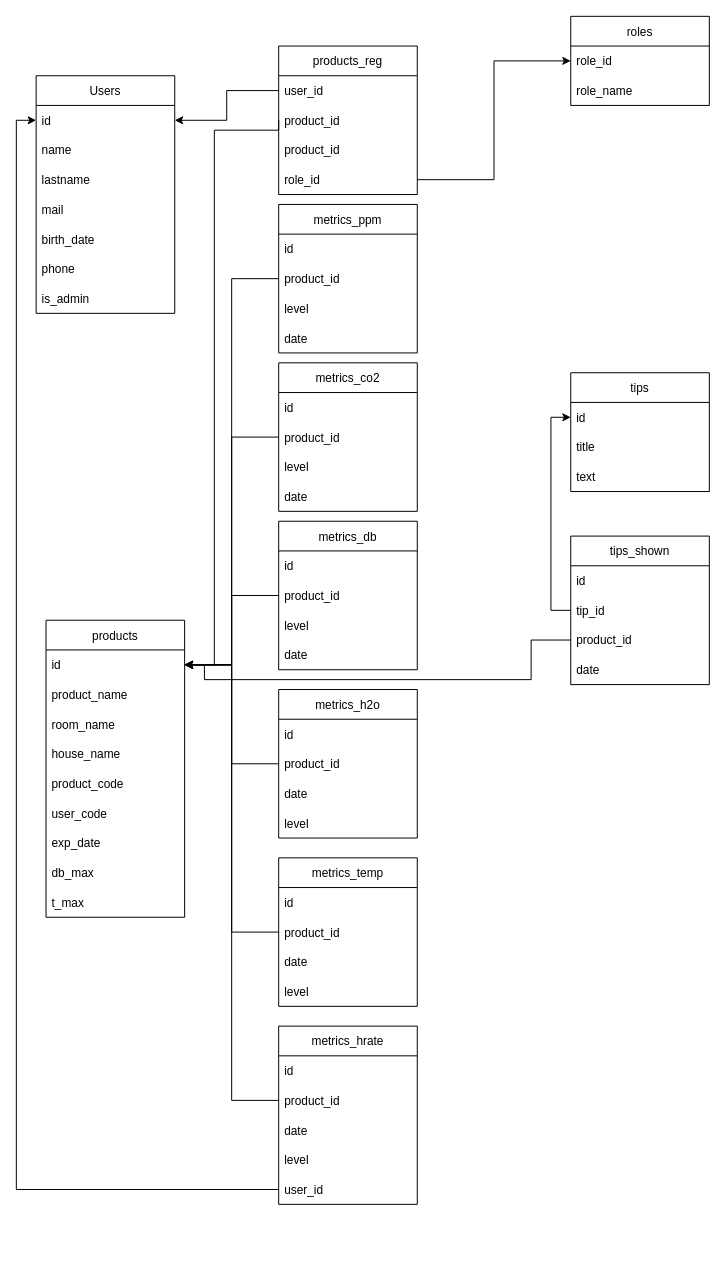
Earlier version of the draw.io diagram diagrams/bdd.drawio (HipppB/safeHub). Source tidied: cells renumbered, new cells numbered last; positions are measured from the earlier drawing's top-left corner, leaving out a move shared by most shapes. Both pictures are drawn from the tidied source at 99%, with x=0, y=0 at pixel (36, 16).
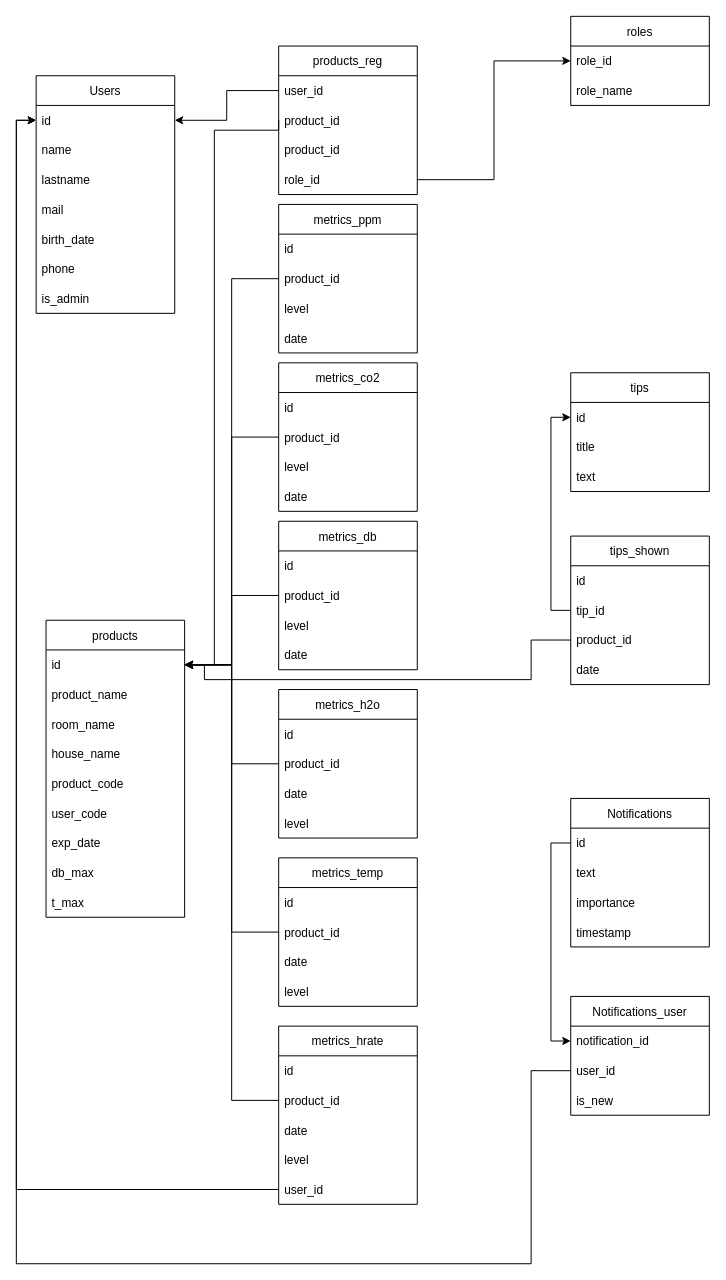
Above is the later version.

Commit message:
Mettre à jour bdd.drawio

Unchanged cells that the change refers to:
```xml
<mxCell id="3" value="id" style="text;strokeColor=none;fillColor=none;align=left;verticalAlign=middle;spacingLeft=4;spacingRight=4;overflow=hidden;points=[[0,0.5],[1,0.5]];portConstraint=eastwest;" parent="2" vertex="1">
  <mxGeometry y="30" width="140" height="30" as="geometry" />
</mxCell>
```

The edit, as a diff of the source:
```diff
@@
+    <mxCell id="80" value="Notifications" style="swimlane;fontStyle=0;horizontal=1;startSize=30;" parent="1" vertex="1">
+      <mxGeometry x="540" y="790" width="140" height="150" as="geometry" />
+    </mxCell>
+    <mxCell id="81" value="id" style="text;strokeColor=none;fillColor=none;align=left;verticalAlign=middle;spacingLeft=4;spacingRight=4;overflow=hidden;points=[[0,0.5],[1,0.5]];portConstraint=eastwest;" parent="80" vertex="1">
+      <mxGeometry y="30" width="140" height="30" as="geometry" />
+    </mxCell>
+    <mxCell id="82" value="text" style="text;strokeColor=none;fillColor=none;align=left;verticalAlign=middle;spacingLeft=4;spacingRight=4;overflow=hidden;" parent="80" vertex="1">
+      <mxGeometry y="60" width="140" height="30" as="geometry" />
+    </mxCell>
+    <mxCell id="83" value="importance" style="text;strokeColor=none;fillColor=none;align=left;verticalAlign=middle;spacingLeft=4;spacingRight=4;overflow=hidden;" parent="80" vertex="1">
+      <mxGeometry y="90" width="140" height="30" as="geometry" />
+    </mxCell>
+    <mxCell id="84" value="timestamp" style="text;strokeColor=none;fillColor=none;align=left;verticalAlign=middle;spacingLeft=4;spacingRight=4;overflow=hidden;" parent="80" vertex="1">
+      <mxGeometry y="120" width="140" height="30" as="geometry" />
+    </mxCell>
+    <mxCell id="85" value="Notifications_user" style="swimlane;fontStyle=0;horizontal=1;startSize=30;" parent="1" vertex="1">
+      <mxGeometry x="540" y="990" width="140" height="120" as="geometry" />
+    </mxCell>
+    <mxCell id="86" value="notification_id" style="text;strokeColor=none;fillColor=none;align=left;verticalAlign=middle;spacingLeft=4;spacingRight=4;overflow=hidden;points=[[0,0.5],[1,0.5]];portConstraint=eastwest;" parent="85" vertex="1">
+      <mxGeometry y="30" width="140" height="30" as="geometry" />
+    </mxCell>
+    <mxCell id="87" value="user_id" style="text;strokeColor=none;fillColor=none;align=left;verticalAlign=middle;spacingLeft=4;spacingRight=4;overflow=hidden;points=[[0,0.5],[1,0.5]];portConstraint=eastwest;" parent="85" vertex="1">
+      <mxGeometry y="60" width="140" height="30" as="geometry" />
+    </mxCell>
+    <mxCell id="88" value="is_new" style="text;strokeColor=none;fillColor=none;align=left;verticalAlign=middle;spacingLeft=4;spacingRight=4;overflow=hidden;" parent="85" vertex="1">
+      <mxGeometry y="90" width="140" height="30" as="geometry" />
+    </mxCell>
+    <mxCell id="89" style="edgeStyle=orthogonalEdgeStyle;rounded=0;jettySize=auto;html=1;entryX=0;entryY=0.5;entryDx=0;entryDy=0;" parent="1" edge="1" source="81" target="86">
+      <mxGeometry relative="1" as="geometry" />
+    </mxCell>
+    <mxCell id="90" style="edgeStyle=orthogonalEdgeStyle;rounded=0;jettySize=auto;html=1;exitX=0;exitY=0.5;exitDx=0;exitDy=0;entryX=0;entryY=0.5;entryDx=0;entryDy=0;" parent="1" edge="1" source="87" target="3">
+      <mxGeometry relative="1" as="geometry">
+        <Array as="points">
+          <mxPoint x="500" y="1065" />
+          <mxPoint x="500" y="1260" />
+          <mxPoint x="-20" y="1260" />
+          <mxPoint x="-20" y="105" />
+        </Array>
+      </mxGeometry>
+    </mxCell>
```
